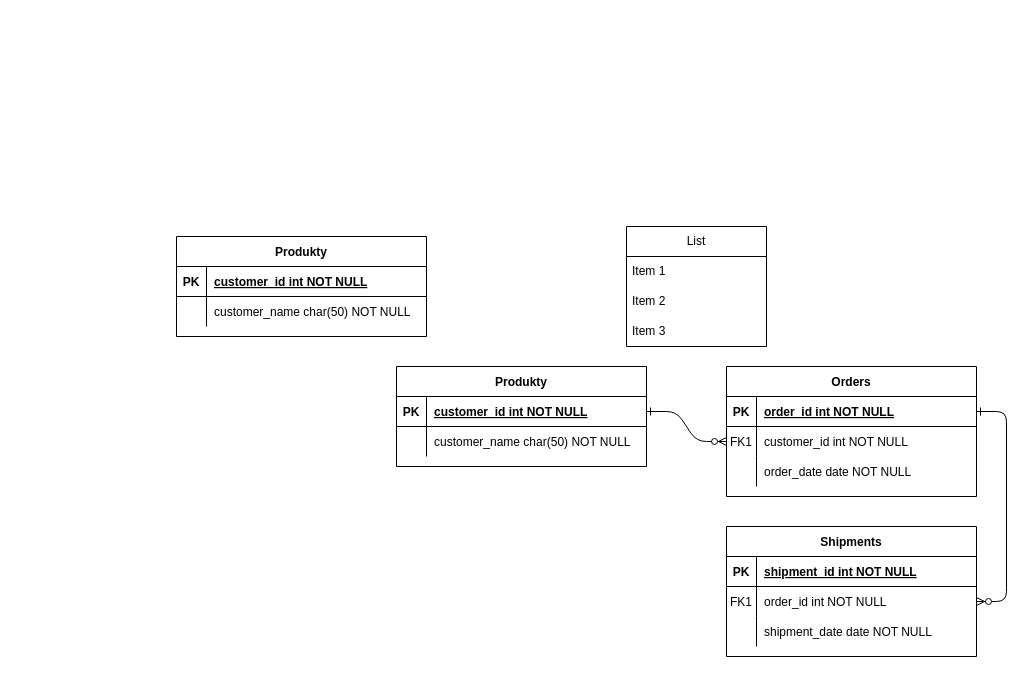
Above: Diagram bez tytułu.drawio in adrianbator/liczby-pseudolosowe (draw.io), before the change. Source tidied: cells renumbered, new cells numbered last; positions are measured from the earlier drawing's top-left corner, leaving out a move shared by most shapes. Both pictures are drawn from the tidied source at 100%, with x=0, y=0 at pixel (176, 226).
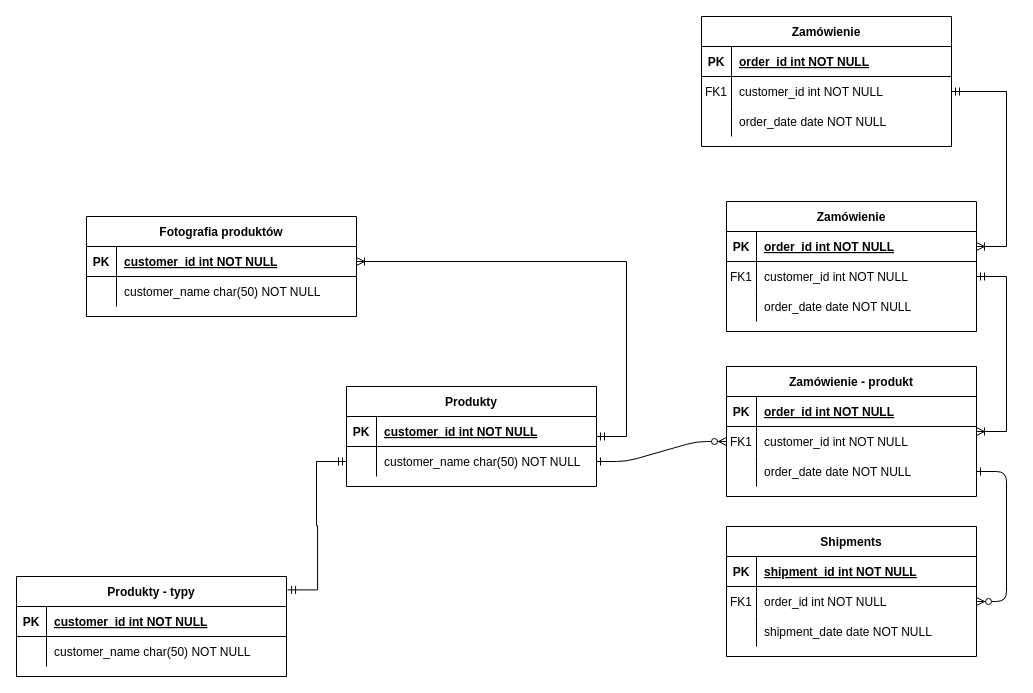
Above is the later version.

The change refers to these unchanged cells:
```xml
<mxCell id="5" style="shape=partialRectangle;fillColor=none;points=[[0,0.5],[1,0.5]];portConstraint=eastwest;top=0;left=0;right=0;bottom=1;" parent="4" vertex="1">
  <mxGeometry y="30" width="250" height="30" as="geometry" />
</mxCell>
<mxCell id="8" style="shape=partialRectangle;fillColor=none;points=[[0,0.5],[1,0.5]];portConstraint=eastwest;top=0;left=0;right=0;bottom=0;" parent="4" vertex="1">
  <mxGeometry y="60" width="250" height="30" as="geometry" />
</mxCell>
<mxCell id="11" style="shape=partialRectangle;fillColor=none;points=[[0,0.5],[1,0.5]];portConstraint=eastwest;top=0;left=0;right=0;bottom=0;" parent="4" vertex="1">
  <mxGeometry y="90" width="250" height="30" as="geometry" />
</mxCell>
<mxCell id="18" style="shape=partialRectangle;fillColor=none;points=[[0,0.5],[1,0.5]];portConstraint=eastwest;top=0;left=0;right=0;bottom=0;" parent="14" vertex="1">
  <mxGeometry y="60" width="250" height="30" as="geometry" />
</mxCell>
<mxCell id="25" style="shape=partialRectangle;fillColor=none;points=[[0,0.5],[1,0.5]];portConstraint=eastwest;top=0;left=0;right=0;bottom=1;" parent="24" vertex="1">
  <mxGeometry y="30" width="250" height="30" as="geometry" />
</mxCell>
<mxCell id="28" style="shape=partialRectangle;fillColor=none;points=[[0,0.5],[1,0.5]];portConstraint=eastwest;top=0;left=0;right=0;bottom=0;" parent="24" vertex="1">
  <mxGeometry y="60" width="250" height="30" as="geometry" />
</mxCell>
```

The edit, as a diff of the source:
```diff
@@
-    <mxCell id="2" style="edgeStyle=entityRelationEdgeStyle;endArrow=ERzeroToMany;startArrow=ERone;endFill=1;startFill=0;" parent="1" edge="1" source="25" target="8">
+    <mxCell id="2" style="edgeStyle=entityRelationEdgeStyle;endArrow=ERzeroToMany;startArrow=ERone;endFill=1;startFill=0;exitX=1;exitY=0.5;exitDx=0;exitDy=0;" parent="1" edge="1" source="28" target="8">
       <mxGeometry relative="1" as="geometry" />
     </mxCell>
-    <mxCell id="3" style="edgeStyle=entityRelationEdgeStyle;endArrow=ERzeroToMany;startArrow=ERone;endFill=1;startFill=0;" parent="1" edge="1" source="5" target="18">
+    <mxCell id="3" style="edgeStyle=entityRelationEdgeStyle;endArrow=ERzeroToMany;startArrow=ERone;endFill=1;startFill=0;exitX=1;exitY=0.5;exitDx=0;exitDy=0;" parent="1" edge="1" source="11" target="18">
       <mxGeometry relative="1" as="geometry" />
     </mxCell>
-    <mxCell id="4" value="Orders" style="shape=table;startSize=30;childLayout=tableLayout;rowLines=0;fontStyle=1;align=center;" parent="1" vertex="1">
+    <mxCell id="4" value="Zamówienie - produkt" style="shape=table;startSize=30;childLayout=tableLayout;rowLines=0;fontStyle=1;align=center;" parent="1" vertex="1">
       <mxGeometry x="550" y="140" width="250" height="130" as="geometry" />
     </mxCell>
@@
     <mxCell id="24" value="Produkty" style="shape=table;startSize=30;childLayout=tableLayout;rowLines=0;fontStyle=1;align=center;" parent="1" vertex="1">
-      <mxGeometry x="220" y="140" width="250" height="100" as="geometry" />
+      <mxGeometry x="170" y="160" width="250" height="100" as="geometry" />
     </mxCell>
@@
-    <mxCell id="31" value="Produkty" style="shape=table;startSize=30;childLayout=tableLayout;rowLines=0;fontStyle=1;align=center;" parent="1" vertex="1">
-      <mxGeometry y="10" width="250" height="100" as="geometry" />
+    <mxCell id="31" value="Fotografia produktów" style="shape=table;startSize=30;childLayout=tableLayout;rowLines=0;fontStyle=1;align=center;" parent="1" vertex="1">
+      <mxGeometry x="-90" y="-10" width="270" height="100" as="geometry" />
     </mxCell>
     <mxCell id="32" style="shape=partialRectangle;fillColor=none;points=[[0,0.5],[1,0.5]];portConstraint=eastwest;top=0;left=0;right=0;bottom=1;" parent="31" vertex="1">
-      <mxGeometry y="30" width="250" height="30" as="geometry" />
+      <mxGeometry y="30" width="270" height="30" as="geometry" />
     </mxCell>
@@
     <mxCell id="34" value="customer_id int NOT NULL " style="shape=partialRectangle;overflow=hidden;fillColor=none;top=0;left=0;bottom=0;right=0;align=left;spacingLeft=6;fontStyle=5;" parent="32" vertex="1">
-      <mxGeometry x="30" width="220" height="30" as="geometry" />
+      <mxGeometry x="30" width="240" height="30" as="geometry" />
     </mxCell>
     <mxCell id="35" style="shape=partialRectangle;fillColor=none;top=0;left=0;right=0;bottom=0;" parent="31" vertex="1">
-      <mxGeometry y="60" width="250" height="30" as="geometry" />
+      <mxGeometry y="60" width="270" height="30" as="geometry" />
     </mxCell>
@@
     <mxCell id="37" value="customer_name char(50) NOT NULL" style="shape=partialRectangle;overflow=hidden;fillColor=none;top=0;left=0;bottom=0;right=0;align=left;spacingLeft=6;" parent="35" vertex="1">
-      <mxGeometry x="30" width="220" height="30" as="geometry" />
+      <mxGeometry x="30" width="240" height="30" as="geometry" />
     </mxCell>
-    <mxCell id="38" value="List" style="swimlane;fontStyle=0;horizontal=1;startSize=30;whiteSpace=wrap;html=1;" parent="1" vertex="1">
-      <mxGeometry x="450" width="140" height="120" as="geometry" />
-    </mxCell>
-    <mxCell id="39" value="Item 1" style="text;strokeColor=none;fillColor=none;align=left;verticalAlign=middle;spacingLeft=4;spacingRight=4;overflow=hidden;whiteSpace=wrap;html=1;" parent="38" vertex="1">
-      <mxGeometry y="30" width="140" height="30" as="geometry" />
-    </mxCell>
-    <mxCell id="40" value="Item 2" style="text;strokeColor=none;fillColor=none;align=left;verticalAlign=middle;spacingLeft=4;spacingRight=4;overflow=hidden;whiteSpace=wrap;html=1;" parent="38" vertex="1">
-      <mxGeometry y="60" width="140" height="30" as="geometry" />
-    </mxCell>
-    <mxCell id="41" value="Item 3" style="text;strokeColor=none;fillColor=none;align=left;verticalAlign=middle;spacingLeft=4;spacingRight=4;overflow=hidden;whiteSpace=wrap;html=1;" parent="38" vertex="1">
-      <mxGeometry y="90" width="140" height="30" as="geometry" />
-    </mxCell>
+    <mxCell id="42" style="edgeStyle=entityRelationEdgeStyle;fontSize=12;html=1;endArrow=ERoneToMany;startArrow=ERmandOne;rounded=0;entryX=1;entryY=0.5;entryDx=0;entryDy=0;" parent="1" edge="1" source="24" target="32">
+      <mxGeometry relative="1" as="geometry" />
+    </mxCell>
+    <mxCell id="43" value="Produkty - typy" style="shape=table;startSize=30;childLayout=tableLayout;rowLines=0;fontStyle=1;align=center;" parent="1" vertex="1">
+      <mxGeometry x="-160" y="350" width="270" height="100" as="geometry" />
+    </mxCell>
+    <mxCell id="44" style="shape=partialRectangle;fillColor=none;top=0;left=0;right=0;bottom=1;" parent="43" vertex="1">
+      <mxGeometry y="30" width="270" height="30" as="geometry" />
+    </mxCell>
+    <mxCell id="45" value="PK" style="shape=partialRectangle;overflow=hidden;fillColor=none;top=0;left=0;bottom=0;right=0;fontStyle=1;" parent="44" vertex="1">
+      <mxGeometry width="30" height="30" as="geometry" />
+    </mxCell>
+    <mxCell id="46" value="customer_id int NOT NULL " style="shape=partialRectangle;overflow=hidden;fillColor=none;top=0;left=0;bottom=0;right=0;align=left;spacingLeft=6;fontStyle=5;" parent="44" vertex="1">
+      <mxGeometry x="30" width="240" height="30" as="geometry" />
+    </mxCell>
+    <mxCell id="47" style="shape=partialRectangle;fillColor=none;top=0;left=0;right=0;bottom=0;" parent="43" vertex="1">
+      <mxGeometry y="60" width="270" height="30" as="geometry" />
+    </mxCell>
+    <mxCell id="48" style="shape=partialRectangle;overflow=hidden;fillColor=none;top=0;left=0;bottom=0;right=0;" parent="47" vertex="1">
+      <mxGeometry width="30" height="30" as="geometry" />
+    </mxCell>
+    <mxCell id="49" value="customer_name char(50) NOT NULL" style="shape=partialRectangle;overflow=hidden;fillColor=none;top=0;left=0;bottom=0;right=0;align=left;spacingLeft=6;" parent="47" vertex="1">
+      <mxGeometry x="30" width="240" height="30" as="geometry" />
+    </mxCell>
+    <mxCell id="50" style="edgeStyle=entityRelationEdgeStyle;fontSize=12;html=1;endArrow=ERmandOne;startArrow=ERmandOne;rounded=0;exitX=1.004;exitY=0.134;exitDx=0;exitDy=0;exitPerimeter=0;entryX=0;entryY=0.5;entryDx=0;entryDy=0;" parent="1" edge="1" source="43" target="28">
+      <mxGeometry x="-1" y="-152" relative="1" as="geometry">
+        <mxPoint x="-60" y="-12" as="offset" />
+      </mxGeometry>
+    </mxCell>
+    <mxCell id="51" value="Zamówienie" style="shape=table;startSize=30;childLayout=tableLayout;rowLines=0;fontStyle=1;align=center;" parent="1" vertex="1">
+      <mxGeometry x="550" y="-25" width="250" height="130" as="geometry" />
+    </mxCell>
+    <mxCell id="52" style="shape=partialRectangle;fillColor=none;points=[[0,0.5],[1,0.5]];portConstraint=eastwest;top=0;left=0;right=0;bottom=1;" parent="51" vertex="1">
+      <mxGeometry y="30" width="250" height="30" as="geometry" />
+    </mxCell>
+    <mxCell id="53" value="PK" style="shape=partialRectangle;overflow=hidden;fillColor=none;top=0;left=0;bottom=0;right=0;fontStyle=1;" parent="52" vertex="1">
+      <mxGeometry width="30" height="30" as="geometry" />
+    </mxCell>
+    <mxCell id="54" value="order_id int NOT NULL " style="shape=partialRectangle;overflow=hidden;fillColor=none;top=0;left=0;bottom=0;right=0;align=left;spacingLeft=6;fontStyle=5;" parent="52" vertex="1">
+      <mxGeometry x="30" width="220" height="30" as="geometry" />
+    </mxCell>
+    <mxCell id="55" style="shape=partialRectangle;fillColor=none;points=[[0,0.5],[1,0.5]];portConstraint=eastwest;top=0;left=0;right=0;bottom=0;" parent="51" vertex="1">
+      <mxGeometry y="60" width="250" height="30" as="geometry" />
+    </mxCell>
+    <mxCell id="56" value="FK1" style="shape=partialRectangle;overflow=hidden;fillColor=none;top=0;left=0;bottom=0;right=0;" parent="55" vertex="1">
+      <mxGeometry width="30" height="30" as="geometry" />
+    </mxCell>
+    <mxCell id="57" value="customer_id int NOT NULL" style="shape=partialRectangle;overflow=hidden;fillColor=none;top=0;left=0;bottom=0;right=0;align=left;spacingLeft=6;" parent="55" vertex="1">
+      <mxGeometry x="30" width="220" height="30" as="geometry" />
+    </mxCell>
+    <mxCell id="58" style="shape=partialRectangle;fillColor=none;top=0;left=0;right=0;bottom=0;" parent="51" vertex="1">
+      <mxGeometry y="90" width="250" height="30" as="geometry" />
+    </mxCell>
+    <mxCell id="59" style="shape=partialRectangle;overflow=hidden;fillColor=none;top=0;left=0;bottom=0;right=0;" parent="58" vertex="1">
+      <mxGeometry width="30" height="30" as="geometry" />
+    </mxCell>
+    <mxCell id="60" value="order_date date NOT NULL" style="shape=partialRectangle;overflow=hidden;fillColor=none;top=0;left=0;bottom=0;right=0;align=left;spacingLeft=6;" parent="58" vertex="1">
+      <mxGeometry x="30" width="220" height="30" as="geometry" />
+    </mxCell>
+    <mxCell id="61" style="edgeStyle=entityRelationEdgeStyle;fontSize=12;html=1;endArrow=ERoneToMany;startArrow=ERmandOne;rounded=0;exitX=1;exitY=0.5;exitDx=0;exitDy=0;" parent="1" edge="1" source="55" target="4">
+      <mxGeometry relative="1" as="geometry" />
+    </mxCell>
+    <mxCell id="62" style="edgeStyle=entityRelationEdgeStyle;fontSize=12;html=1;endArrow=ERoneToMany;startArrow=ERmandOne;rounded=0;exitX=1;exitY=0.5;exitDx=0;exitDy=0;" parent="1" edge="1" source="67" target="52">
+      <mxGeometry relative="1" as="geometry" />
+    </mxCell>
+    <mxCell id="63" value="Zamówienie" style="shape=table;startSize=30;childLayout=tableLayout;rowLines=0;fontStyle=1;align=center;" parent="1" vertex="1">
+      <mxGeometry x="525" y="-210" width="250" height="130" as="geometry" />
+    </mxCell>
+    <mxCell id="64" style="shape=partialRectangle;fillColor=none;top=0;left=0;right=0;bottom=1;" parent="63" vertex="1">
+      <mxGeometry y="30" width="250" height="30" as="geometry" />
+    </mxCell>
+    <mxCell id="65" value="PK" style="shape=partialRectangle;overflow=hidden;fillColor=none;top=0;left=0;bottom=0;right=0;fontStyle=1;" parent="64" vertex="1">
+      <mxGeometry width="30" height="30" as="geometry" />
+    </mxCell>
+    <mxCell id="66" value="order_id int NOT NULL " style="shape=partialRectangle;overflow=hidden;fillColor=none;top=0;left=0;bottom=0;right=0;align=left;spacingLeft=6;fontStyle=5;" parent="64" vertex="1">
+      <mxGeometry x="30" width="220" height="30" as="geometry" />
+    </mxCell>
+    <mxCell id="67" style="shape=partialRectangle;fillColor=none;points=[[0,0.5],[1,0.5]];portConstraint=eastwest;top=0;left=0;right=0;bottom=0;" parent="63" vertex="1">
+      <mxGeometry y="60" width="250" height="30" as="geometry" />
+    </mxCell>
+    <mxCell id="68" value="FK1" style="shape=partialRectangle;overflow=hidden;fillColor=none;top=0;left=0;bottom=0;right=0;" parent="67" vertex="1">
+      <mxGeometry width="30" height="30" as="geometry" />
+    </mxCell>
+    <mxCell id="69" value="customer_id int NOT NULL" style="shape=partialRectangle;overflow=hidden;fillColor=none;top=0;left=0;bottom=0;right=0;align=left;spacingLeft=6;" parent="67" vertex="1">
+      <mxGeometry x="30" width="220" height="30" as="geometry" />
+    </mxCell>
+    <mxCell id="70" style="shape=partialRectangle;fillColor=none;top=0;left=0;right=0;bottom=0;" parent="63" vertex="1">
+      <mxGeometry y="90" width="250" height="30" as="geometry" />
+    </mxCell>
+    <mxCell id="71" style="shape=partialRectangle;overflow=hidden;fillColor=none;top=0;left=0;bottom=0;right=0;" parent="70" vertex="1">
+      <mxGeometry width="30" height="30" as="geometry" />
+    </mxCell>
+    <mxCell id="72" value="order_date date NOT NULL" style="shape=partialRectangle;overflow=hidden;fillColor=none;top=0;left=0;bottom=0;right=0;align=left;spacingLeft=6;" parent="70" vertex="1">
+      <mxGeometry x="30" width="220" height="30" as="geometry" />
+    </mxCell>
```
